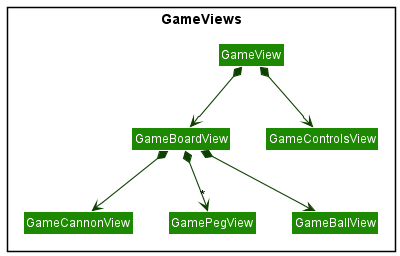
Before: docs/ps4-developer-guide/images/ViewClassDiagram.png, a diagram exported from PlantUML (ganhongyao/MaplePeggle).
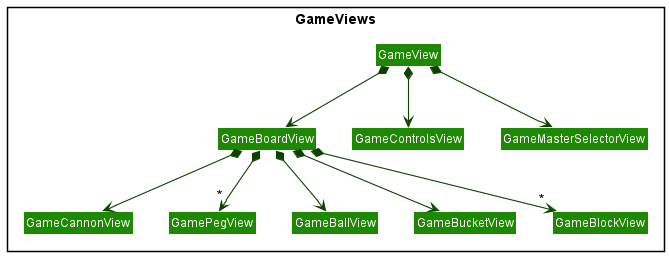
After the commit.

Commit message:
Update view class diagram

Change to the diagram source:
```diff
@@ -11,14 +11,19 @@
     Class GameBallView
     Class GamePegView
     Class GameCannonView
+    Class GameBucketView
+    Class GameBlockView
+    Class GameMasterSelectorView
 }
 
 GameView *-down-> GameBoardView
 GameView *-down-> GameControlsView
+GameView *-down-> GameMasterSelectorView
 GameBoardView *-down-> GameBallView
 GameBoardView *-down-> "*" GamePegView
 GameBoardView *-down-> GameCannonView
-
+GameBoardView *-down-> GameBucketView
+GameBoardView *-down-> "*" GameBlockView
 GameCannonView -right[hidden]-> GameBallView
 GamePegView -right[hidden]-> GameBallView
 
```
